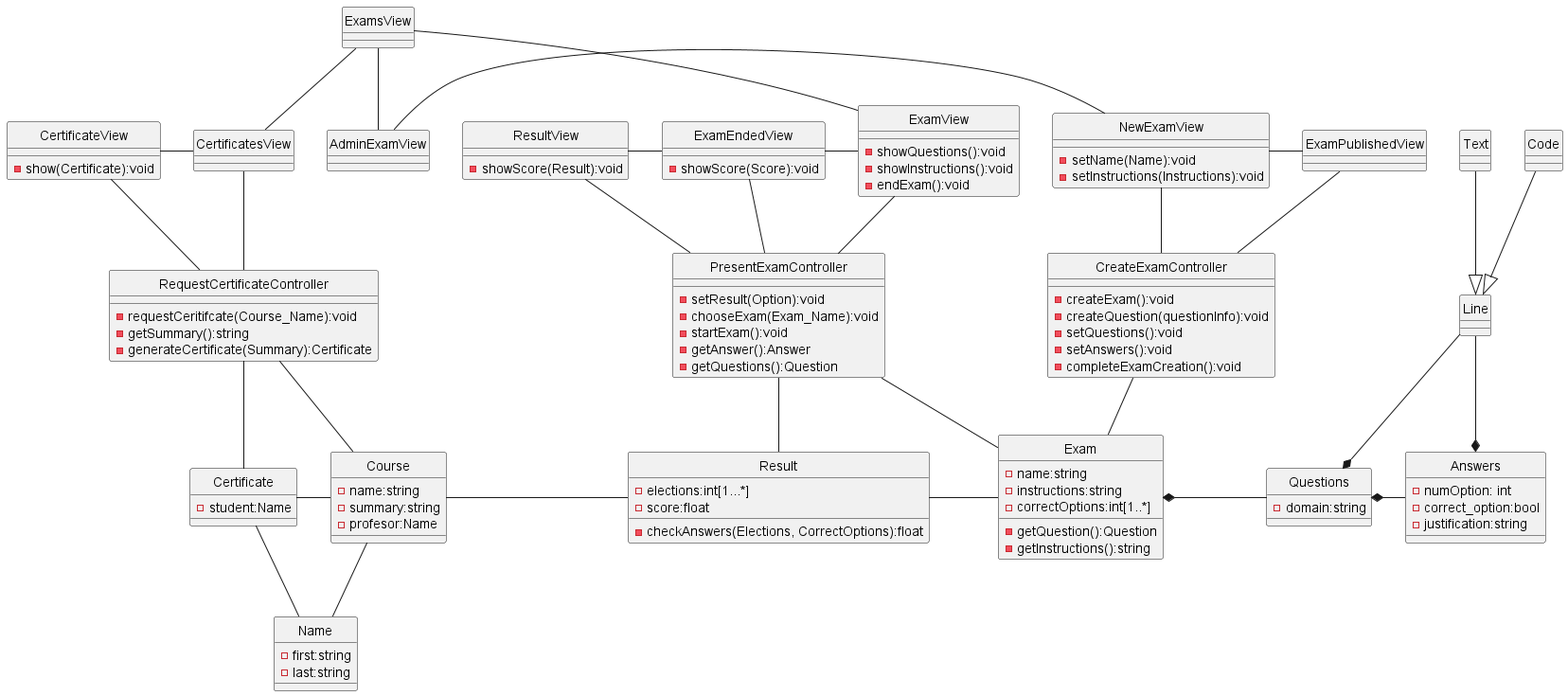
This is out/docs/logicalView/desingView/classDesign/Design-ClassDiagram/Design-ClassDiagram.png from TheSProyect/Proyecto-IS-Grupo-1, a PlantUML export, as it was before one commit.
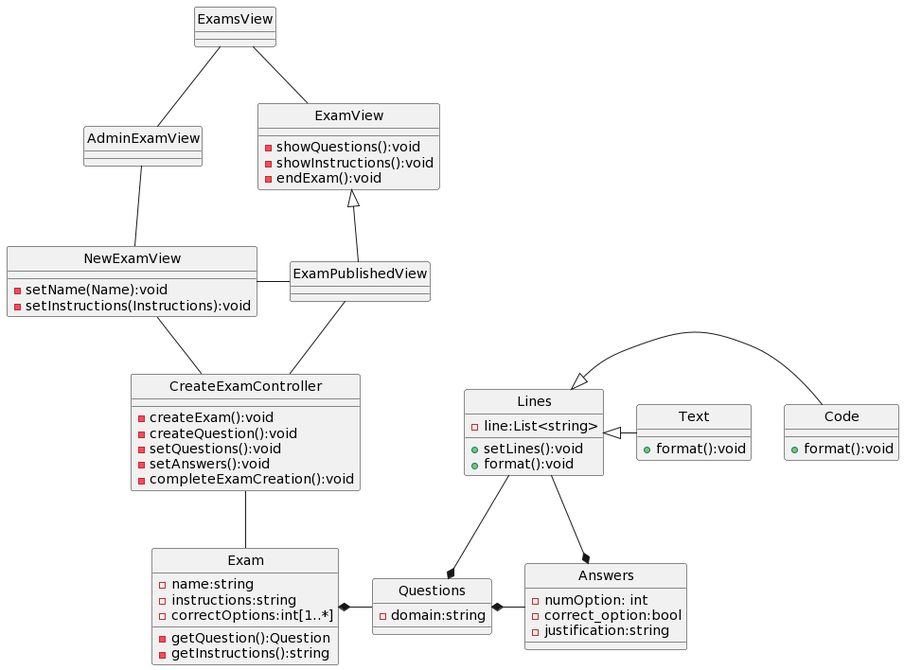
The same diagram one commit later.

Commit message:
Design-ClassDiagram

What changed in the source:
```diff
@@ -1,25 +1,15 @@
-@startuml Design-ClassDiagram
+@startuml
 skinparam style strictuml
 
 class ExamsView {
+
 }
+
 class ExamView {
 __
 -showQuestions():void
 -showInstructions():void
 -endExam():void
-}
-class ExamEndedView{
-__
--showScore(Score):void
-}
-class CertificatesView
-class CertificateView{
--show(Certificate):void
-}
-class ResultView{
-__
--showScore(Result):void
 }
 
 class NewExamView {
@@ -33,26 +23,10 @@
 class CreateExamController{
 __
 -createExam():void
--createQuestion(questionInfo):void
+-createQuestion():void
 -setQuestions():void
 -setAnswers():void
 -completeExamCreation():void
-}
-
-class PresentExamController {
-__
--setResult(Option):void
--chooseExam(Exam_Name):void
--startExam():void
--getAnswer():Answer
--getQuestions():Question
-}
-
-class RequestCertificateController {
-__
--requestCeritifcate(Course_Name):void
--getSummary():string
--generateCertificate(Summary):Certificate
 }
 
 class Questions{
@@ -71,77 +45,35 @@
 -getQuestion():Question
 -getInstructions():string
 }
-class Result {
--elections:int[1...*]
--score:float
-__
--checkAnswers(Elections, CorrectOptions):float
+
+
+class Lines {
+    -line:List<string>
+    +setLines():void
+    +format():void
 }
 
-class Certificate {
--student:Name
+class Text {
+    +format():void
 }
 
-class Name {
-    -first:string
-    -last:string
+class Code {
+    +format():void
 }
 
-class Course{
--name:string
--summary:string
--profesor:Name
-}
-
-class Line{
-
-}
-
-class Text
-class Code
-
+ExamsView -- AdminExamView
 CreateExamController -u- NewExamView
 CreateExamController -u- ExamPublishedView
+CreateExamController -- Exam
+ExamPublishedView -u-|> ExamView
 
-RequestCertificateController -u- CertificatesView
-RequestCertificateController -u- CertificateView
-
-PresentExamController -u- ExamView
-PresentExamController -u- ResultView
-PresentExamController -u- ExamEndedView
-
-CreateExamController -- Exam
-PresentExamController -- Exam
-PresentExamController -- Result
-
-RequestCertificateController -- Certificate
-
-RequestCertificateController -- Course
-
-
-ExamsView -- AdminExamView
-ExamsView -- CertificatesView
 ExamsView -- ExamView
 NewExamView -r- ExamPublishedView
 AdminExamView -r- NewExamView
-
-ExamEndedView -l- ResultView
-ExamView -l- ExamEndedView
-
-CertificatesView -l- CertificateView
-
 Questions *-r- Answers
 Exam *-r- Questions
-
-Line <|-u- Code
-Line <|-u- Text
-
-Line --* Answers
-Line --* Questions
-
-Exam -l- Result
-Result -l- Course
-Course -l- Certificate
-Name -u- Certificate
-Name -u- Course
+Lines <|-r- Code
+Lines <|-r- Text
+Lines --* Answers
+Lines --* Questions
 @enduml
```
